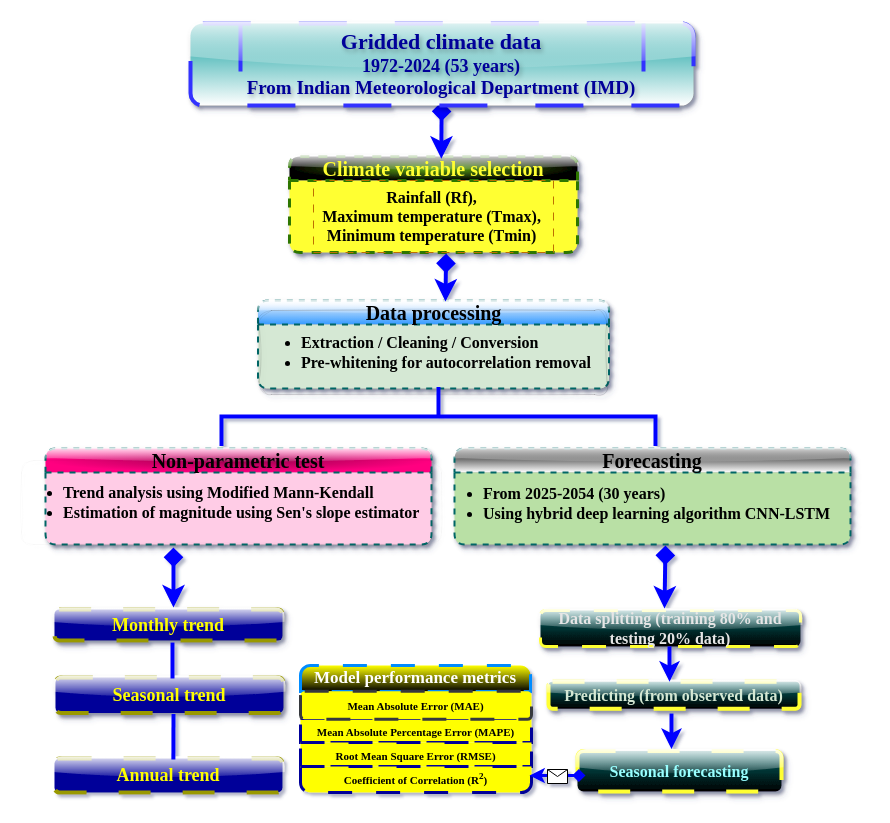
This is Untitled Diagram.drawio from Daawarb/Daawarb, a draw.io file, before an edit. Source tidied: cells renumbered, new cells numbered last; positions are measured from the earlier drawing's top-left corner, leaving out a move shared by most shapes. Both pictures are drawn from the tidied source at 100%, with x=0, y=0 at pixel (21, 23).
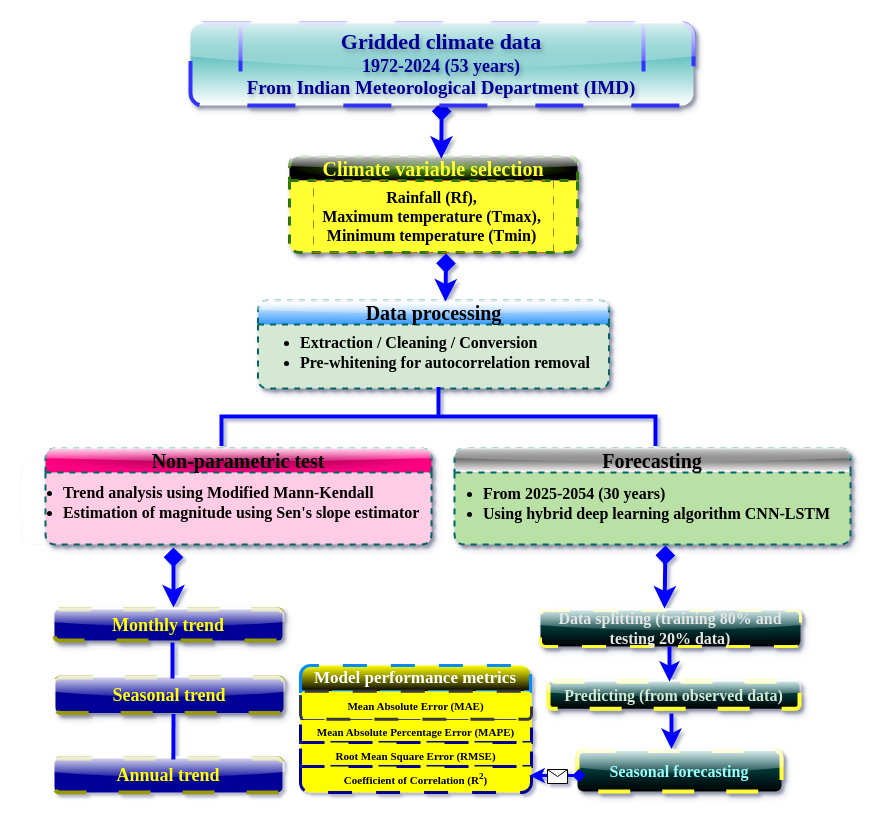
Above is the later version.

The change refers to these unchanged cells:
```xml
<mxCell id="10" value="&lt;font face=&quot;Garamond&quot; style=&quot;font-size: 20px;&quot;&gt;Data processing&lt;/font&gt;" style="swimlane;whiteSpace=wrap;html=1;startSize=24;fillStyle=solid;gradientColor=#3399FF;swimlaneFillColor=#D5E8D4;strokeColor=#006666;dashed=1;strokeWidth=2;rounded=1;shadow=1;glass=1;" parent="1" vertex="1">
  <mxGeometry x="236.5" y="277" width="351" height="88" as="geometry" />
</mxCell>
```

Change to the diagram source:
```diff
@@
-    <mxCell id="11" value="&lt;ul&gt;&lt;li&gt;&lt;font face=&quot;Garamond&quot;&gt;&lt;b style=&quot;&quot;&gt;Extraction /&amp;nbsp;&lt;span style=&quot;color: light-dark(rgb(0, 0, 0), rgb(255, 255, 255));&quot;&gt;Cleaning /&amp;nbsp;&lt;/span&gt;&lt;span style=&quot;color: light-dark(rgb(0, 0, 0), rgb(255, 255, 255));&quot;&gt;Conversion&lt;/span&gt;&lt;/b&gt;&lt;/font&gt;&lt;/li&gt;&lt;li&gt;&lt;font face=&quot;Garamond&quot;&gt;&lt;b style=&quot;&quot;&gt;&lt;span style=&quot;color: light-dark(rgb(0, 0, 0), rgb(255, 255, 255));&quot;&gt;Pre-whitening for autocorrelation removal&lt;/span&gt;&lt;/b&gt;&lt;/font&gt;&lt;/li&gt;&lt;/ul&gt;" style="text;html=1;align=left;verticalAlign=middle;strokeColor=default;fillColor=none;fontSize=16;strokeWidth=0;rounded=1;glass=1;shadow=1;dashed=1;sketch=1;curveFitting=1;jiggle=2;" parent="10" vertex="1">
-      <mxGeometry x="1" y="10" width="348" height="84" as="geometry" />
+    <mxCell id="11" value="&lt;ul&gt;&lt;li&gt;&lt;font face=&quot;Garamond&quot;&gt;&lt;b style=&quot;&quot;&gt;Extraction /&amp;nbsp;&lt;span style=&quot;color: light-dark(rgb(0, 0, 0), rgb(255, 255, 255));&quot;&gt;Cleaning /&amp;nbsp;&lt;/span&gt;&lt;span style=&quot;color: light-dark(rgb(0, 0, 0), rgb(255, 255, 255));&quot;&gt;Conversion&lt;/span&gt;&lt;/b&gt;&lt;/font&gt;&lt;/li&gt;&lt;li&gt;&lt;font face=&quot;Garamond&quot;&gt;&lt;b style=&quot;&quot;&gt;&lt;span style=&quot;color: light-dark(rgb(0, 0, 0), rgb(255, 255, 255));&quot;&gt;Pre-whitening for autocorrelation removal&lt;/span&gt;&lt;/b&gt;&lt;/font&gt;&lt;/li&gt;&lt;/ul&gt;" style="text;html=1;align=left;verticalAlign=middle;strokeColor=default;fillColor=none;fontSize=16;strokeWidth=0;rounded=1;glass=1;shadow=1;dashed=1;sketch=1;curveFitting=1;jiggle=2;labelBackgroundColor=none;labelBorderColor=none;textShadow=0;opacity=0;" parent="10" vertex="1">
+      <mxGeometry y="10" width="348" height="84" as="geometry" />
     </mxCell>
```
